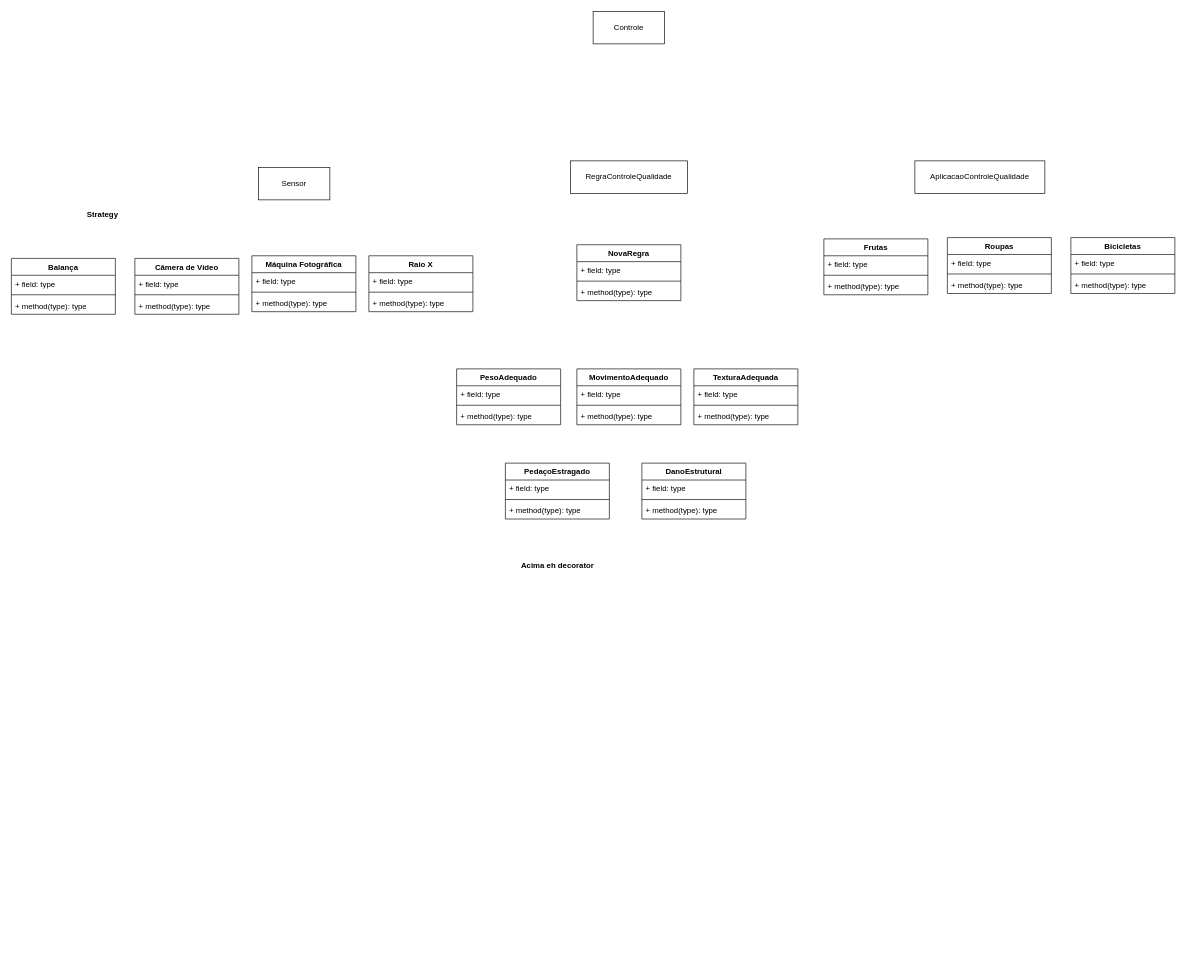
This is frameworkPOO.drawio from SamanthaMiyahira/POO_coursera, a draw.io file, before an edit. Source tidied: cells renumbered, new cells numbered last; positions are measured from the earlier drawing's top-left corner, leaving out a move shared by most shapes. Both pictures are drawn from the tidied source at 65%, with x=0, y=0 at pixel (11, 11).
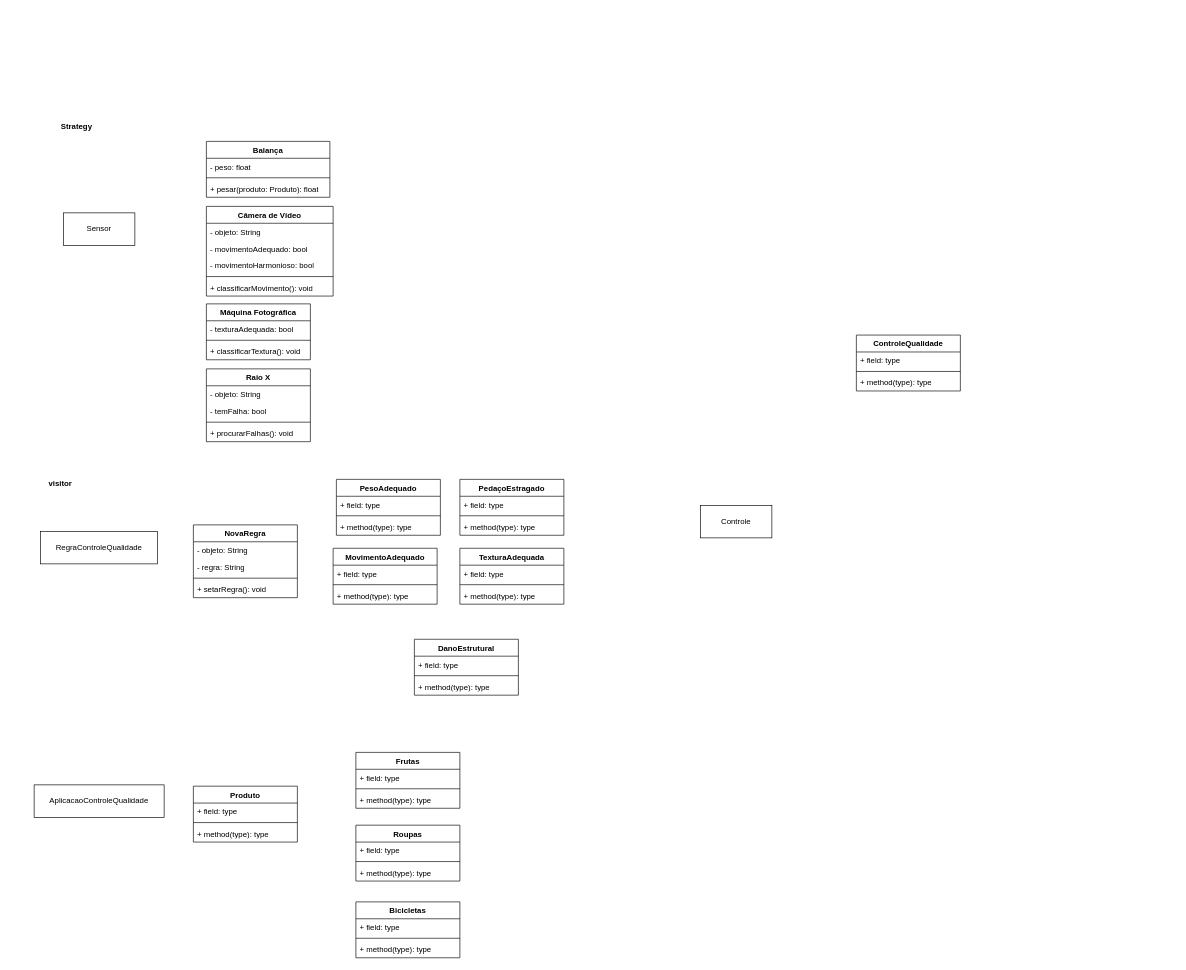
Above is the later version.

The edit, as a diff of the source:
```diff
@@
     <mxCell id="2" value="Sensor" style="html=1;whiteSpace=wrap;" parent="1" vertex="1">
-      <mxGeometry x="380" y="240" width="110" height="50" as="geometry" />
+      <mxGeometry x="80" y="310" width="110" height="50" as="geometry" />
     </mxCell>
     <mxCell id="3" value="RegraControleQualidade" style="html=1;whiteSpace=wrap;" parent="1" vertex="1">
-      <mxGeometry x="860" y="230" width="180" height="50" as="geometry" />
+      <mxGeometry x="45" y="800" width="180" height="50" as="geometry" />
     </mxCell>
     <mxCell id="4" value="AplicacaoControleQualidade" style="html=1;whiteSpace=wrap;" parent="1" vertex="1">
-      <mxGeometry x="1390" y="230" width="200" height="50" as="geometry" />
+      <mxGeometry x="35" y="1190" width="200" height="50" as="geometry" />
     </mxCell>
     <mxCell id="5" value="Balança" style="swimlane;fontStyle=1;align=center;verticalAlign=top;horizontal=1;startSize=26;whiteSpace=wrap;html=1;" parent="1" vertex="1">
-      <mxGeometry y="380" width="160" height="86" as="geometry" />
+      <mxGeometry x="300" y="200" width="190" height="86" as="geometry" />
     </mxCell>
-    <mxCell id="6" value="+ field: type" style="text;strokeColor=none;fillColor=none;align=left;verticalAlign=top;spacingLeft=4;spacingRight=4;overflow=hidden;whiteSpace=wrap;html=1;" parent="5" vertex="1">
-      <mxGeometry y="26" width="160" height="26" as="geometry" />
+    <mxCell id="6" value="- peso: float" style="text;strokeColor=none;fillColor=none;align=left;verticalAlign=top;spacingLeft=4;spacingRight=4;overflow=hidden;whiteSpace=wrap;html=1;" parent="5" vertex="1">
+      <mxGeometry y="26" width="190" height="26" as="geometry" />
     </mxCell>
     <mxCell id="7" style="line;strokeWidth=1;fillColor=none;align=left;verticalAlign=middle;spacingTop=-1;spacingLeft=3;spacingRight=3;labelPosition=right;strokeColor=inherit;" parent="5" vertex="1">
-      <mxGeometry y="52" width="160" height="8" as="geometry" />
+      <mxGeometry y="52" width="190" height="8" as="geometry" />
     </mxCell>
-    <mxCell id="8" value="+ method(type): type" style="text;strokeColor=none;fillColor=none;align=left;verticalAlign=top;spacingLeft=4;spacingRight=4;overflow=hidden;whiteSpace=wrap;html=1;" parent="5" vertex="1">
-      <mxGeometry y="60" width="160" height="26" as="geometry" />
+    <mxCell id="8" value="+ pesar(produto: Produto): float" style="text;strokeColor=none;fillColor=none;align=left;verticalAlign=top;spacingLeft=4;spacingRight=4;overflow=hidden;whiteSpace=wrap;html=1;" parent="5" vertex="1">
+      <mxGeometry y="60" width="190" height="26" as="geometry" />
     </mxCell>
     <mxCell id="9" value="Câmera de Vídeo" style="swimlane;fontStyle=1;align=center;verticalAlign=top;horizontal=1;startSize=26;whiteSpace=wrap;html=1;" parent="1" vertex="1">
-      <mxGeometry x="190" y="380" width="160" height="86" as="geometry" />
+      <mxGeometry x="300" y="300" width="195" height="138" as="geometry" />
     </mxCell>
-    <mxCell id="10" value="+ field: type" style="text;strokeColor=none;fillColor=none;align=left;verticalAlign=top;spacingLeft=4;spacingRight=4;overflow=hidden;whiteSpace=wrap;html=1;" parent="9" vertex="1">
-      <mxGeometry y="26" width="160" height="26" as="geometry" />
+    <mxCell id="10" value="- objeto: String" style="text;strokeColor=none;fillColor=none;align=left;verticalAlign=top;spacingLeft=4;spacingRight=4;overflow=hidden;whiteSpace=wrap;html=1;" parent="9" vertex="1">
+      <mxGeometry y="26" width="195" height="26" as="geometry" />
     </mxCell>
+    <mxCell id="60" value="- movimentoAdequado: bool" style="text;strokeColor=none;fillColor=none;align=left;verticalAlign=top;spacingLeft=4;spacingRight=4;overflow=hidden;whiteSpace=wrap;html=1;" parent="9" vertex="1">
+      <mxGeometry y="52" width="195" height="26" as="geometry" />
+    </mxCell>
+    <mxCell id="61" value="- movimentoHarmonioso: bool" style="text;strokeColor=none;fillColor=none;align=left;verticalAlign=top;spacingLeft=4;spacingRight=4;overflow=hidden;whiteSpace=wrap;html=1;" parent="9" vertex="1">
+      <mxGeometry y="78" width="195" height="26" as="geometry" />
+    </mxCell>
     <mxCell id="11" style="line;strokeWidth=1;fillColor=none;align=left;verticalAlign=middle;spacingTop=-1;spacingLeft=3;spacingRight=3;labelPosition=right;strokeColor=inherit;" parent="9" vertex="1">
-      <mxGeometry y="52" width="160" height="8" as="geometry" />
+      <mxGeometry y="104" width="195" height="8" as="geometry" />
     </mxCell>
-    <mxCell id="12" value="+ method(type): type" style="text;strokeColor=none;fillColor=none;align=left;verticalAlign=top;spacingLeft=4;spacingRight=4;overflow=hidden;whiteSpace=wrap;html=1;" parent="9" vertex="1">
-      <mxGeometry y="60" width="160" height="26" as="geometry" />
+    <mxCell id="12" value="+ classificarMovimento(): void" style="text;strokeColor=none;fillColor=none;align=left;verticalAlign=top;spacingLeft=4;spacingRight=4;overflow=hidden;whiteSpace=wrap;html=1;" parent="9" vertex="1">
+      <mxGeometry y="112" width="195" height="26" as="geometry" />
     </mxCell>
     <mxCell id="13" value="Máquina Fotográfica" style="swimlane;fontStyle=1;align=center;verticalAlign=top;horizontal=1;startSize=26;whiteSpace=wrap;html=1;" parent="1" vertex="1">
-      <mxGeometry x="370" y="376" width="160" height="86" as="geometry" />
+      <mxGeometry x="300" y="450" width="160" height="86" as="geometry" />
     </mxCell>
-    <mxCell id="14" value="+ field: type" style="text;strokeColor=none;fillColor=none;align=left;verticalAlign=top;spacingLeft=4;spacingRight=4;overflow=hidden;whiteSpace=wrap;html=1;" parent="13" vertex="1">
+    <mxCell id="14" value="- texturaAdequada: bool" style="text;strokeColor=none;fillColor=none;align=left;verticalAlign=top;spacingLeft=4;spacingRight=4;overflow=hidden;whiteSpace=wrap;html=1;" parent="13" vertex="1">
       <mxGeometry y="26" width="160" height="26" as="geometry" />
     </mxCell>
@@
-    <mxCell id="16" value="+ method(type): type" style="text;strokeColor=none;fillColor=none;align=left;verticalAlign=top;spacingLeft=4;spacingRight=4;overflow=hidden;whiteSpace=wrap;html=1;" parent="13" vertex="1">
+    <mxCell id="16" value="+ classificarTextura(): void" style="text;strokeColor=none;fillColor=none;align=left;verticalAlign=top;spacingLeft=4;spacingRight=4;overflow=hidden;whiteSpace=wrap;html=1;" parent="13" vertex="1">
       <mxGeometry y="60" width="160" height="26" as="geometry" />
     </mxCell>
     <mxCell id="17" value="Raio X" style="swimlane;fontStyle=1;align=center;verticalAlign=top;horizontal=1;startSize=26;whiteSpace=wrap;html=1;" parent="1" vertex="1">
-      <mxGeometry x="550" y="376" width="160" height="86" as="geometry" />
+      <mxGeometry x="300" y="550" width="160" height="112" as="geometry" />
     </mxCell>
-    <mxCell id="18" value="+ field: type" style="text;strokeColor=none;fillColor=none;align=left;verticalAlign=top;spacingLeft=4;spacingRight=4;overflow=hidden;whiteSpace=wrap;html=1;" parent="17" vertex="1">
+    <mxCell id="18" value="- objeto: String" style="text;strokeColor=none;fillColor=none;align=left;verticalAlign=top;spacingLeft=4;spacingRight=4;overflow=hidden;whiteSpace=wrap;html=1;" parent="17" vertex="1">
       <mxGeometry y="26" width="160" height="26" as="geometry" />
     </mxCell>
+    <mxCell id="62" value="- temFalha: bool" style="text;strokeColor=none;fillColor=none;align=left;verticalAlign=top;spacingLeft=4;spacingRight=4;overflow=hidden;whiteSpace=wrap;html=1;" parent="17" vertex="1">
+      <mxGeometry y="52" width="160" height="26" as="geometry" />
+    </mxCell>
     <mxCell id="19" style="line;strokeWidth=1;fillColor=none;align=left;verticalAlign=middle;spacingTop=-1;spacingLeft=3;spacingRight=3;labelPosition=right;strokeColor=inherit;" parent="17" vertex="1">
-      <mxGeometry y="52" width="160" height="8" as="geometry" />
+      <mxGeometry y="78" width="160" height="8" as="geometry" />
     </mxCell>
-    <mxCell id="20" value="+ method(type): type" style="text;strokeColor=none;fillColor=none;align=left;verticalAlign=top;spacingLeft=4;spacingRight=4;overflow=hidden;whiteSpace=wrap;html=1;" parent="17" vertex="1">
-      <mxGeometry y="60" width="160" height="26" as="geometry" />
+    <mxCell id="20" value="+ procurarFalhas(): void" style="text;strokeColor=none;fillColor=none;align=left;verticalAlign=top;spacingLeft=4;spacingRight=4;overflow=hidden;whiteSpace=wrap;html=1;" parent="17" vertex="1">
+      <mxGeometry y="86" width="160" height="26" as="geometry" />
     </mxCell>
     <mxCell id="21" value="Frutas" style="swimlane;fontStyle=1;align=center;verticalAlign=top;horizontal=1;startSize=26;whiteSpace=wrap;html=1;" parent="1" vertex="1">
-      <mxGeometry x="1250" y="350" width="160" height="86" as="geometry" />
+      <mxGeometry x="530" y="1140" width="160" height="86" as="geometry" />
     </mxCell>
@@
     <mxCell id="25" value="Roupas" style="swimlane;fontStyle=1;align=center;verticalAlign=top;horizontal=1;startSize=26;whiteSpace=wrap;html=1;" parent="1" vertex="1">
-      <mxGeometry x="1440" y="348" width="160" height="86" as="geometry" />
+      <mxGeometry x="530" y="1252" width="160" height="86" as="geometry" />
     </mxCell>
@@
     <mxCell id="29" value="Bicicletas" style="swimlane;fontStyle=1;align=center;verticalAlign=top;horizontal=1;startSize=26;whiteSpace=wrap;html=1;" parent="1" vertex="1">
-      <mxGeometry x="1630" y="348" width="160" height="86" as="geometry" />
+      <mxGeometry x="530" y="1370" width="160" height="86" as="geometry" />
     </mxCell>
@@
     <mxCell id="33" value="Controle" style="html=1;whiteSpace=wrap;" parent="1" vertex="1">
-      <mxGeometry x="895" width="110" height="50" as="geometry" />
+      <mxGeometry x="1060" y="760" width="110" height="50" as="geometry" />
     </mxCell>
     <mxCell id="34" value="PesoAdequado" style="swimlane;fontStyle=1;align=center;verticalAlign=top;horizontal=1;startSize=26;whiteSpace=wrap;html=1;" parent="1" vertex="1">
-      <mxGeometry x="685" y="550" width="160" height="86" as="geometry" />
+      <mxGeometry x="500" y="720" width="160" height="86" as="geometry" />
     </mxCell>
@@
     <mxCell id="38" value="NovaRegra" style="swimlane;fontStyle=1;align=center;verticalAlign=top;horizontal=1;startSize=26;whiteSpace=wrap;html=1;" parent="1" vertex="1">
-      <mxGeometry x="870" y="359" width="160" height="86" as="geometry" />
+      <mxGeometry x="280" y="790" width="160" height="112" as="geometry" />
     </mxCell>
-    <mxCell id="39" value="+ field: type" style="text;strokeColor=none;fillColor=none;align=left;verticalAlign=top;spacingLeft=4;spacingRight=4;overflow=hidden;whiteSpace=wrap;html=1;" parent="38" vertex="1">
+    <mxCell id="39" value="- objeto: String" style="text;strokeColor=none;fillColor=none;align=left;verticalAlign=top;spacingLeft=4;spacingRight=4;overflow=hidden;whiteSpace=wrap;html=1;" parent="38" vertex="1">
       <mxGeometry y="26" width="160" height="26" as="geometry" />
     </mxCell>
+    <mxCell id="63" value="- regra: String" style="text;strokeColor=none;fillColor=none;align=left;verticalAlign=top;spacingLeft=4;spacingRight=4;overflow=hidden;whiteSpace=wrap;html=1;" parent="38" vertex="1">
+      <mxGeometry y="52" width="160" height="26" as="geometry" />
+    </mxCell>
     <mxCell id="40" style="line;strokeWidth=1;fillColor=none;align=left;verticalAlign=middle;spacingTop=-1;spacingLeft=3;spacingRight=3;labelPosition=right;strokeColor=inherit;" parent="38" vertex="1">
-      <mxGeometry y="52" width="160" height="8" as="geometry" />
+      <mxGeometry y="78" width="160" height="8" as="geometry" />
     </mxCell>
-    <mxCell id="41" value="+ method(type): type" style="text;strokeColor=none;fillColor=none;align=left;verticalAlign=top;spacingLeft=4;spacingRight=4;overflow=hidden;whiteSpace=wrap;html=1;" parent="38" vertex="1">
-      <mxGeometry y="60" width="160" height="26" as="geometry" />
+    <mxCell id="41" value="+ setarRegra(): void" style="text;strokeColor=none;fillColor=none;align=left;verticalAlign=top;spacingLeft=4;spacingRight=4;overflow=hidden;whiteSpace=wrap;html=1;" parent="38" vertex="1">
+      <mxGeometry y="86" width="160" height="26" as="geometry" />
     </mxCell>
     <mxCell id="42" value="MovimentoAdequado" style="swimlane;fontStyle=1;align=center;verticalAlign=top;horizontal=1;startSize=26;whiteSpace=wrap;html=1;" parent="1" vertex="1">
-      <mxGeometry x="870" y="550" width="160" height="86" as="geometry" />
+      <mxGeometry x="495" y="826" width="160" height="86" as="geometry" />
     </mxCell>
@@
     <mxCell id="46" value="TexturaAdequada" style="swimlane;fontStyle=1;align=center;verticalAlign=top;horizontal=1;startSize=26;whiteSpace=wrap;html=1;" parent="1" vertex="1">
-      <mxGeometry x="1050" y="550" width="160" height="86" as="geometry" />
+      <mxGeometry x="690" y="826" width="160" height="86" as="geometry" />
     </mxCell>
@@
     <mxCell id="50" value="PedaçoEstragado" style="swimlane;fontStyle=1;align=center;verticalAlign=top;horizontal=1;startSize=26;whiteSpace=wrap;html=1;" parent="1" vertex="1">
-      <mxGeometry x="760" y="695" width="160" height="86" as="geometry" />
+      <mxGeometry x="690" y="720" width="160" height="86" as="geometry" />
     </mxCell>
@@
     <mxCell id="54" value="DanoEstrutural" style="swimlane;fontStyle=1;align=center;verticalAlign=top;horizontal=1;startSize=26;whiteSpace=wrap;html=1;" parent="1" vertex="1">
-      <mxGeometry x="970" y="695" width="160" height="86" as="geometry" />
+      <mxGeometry x="620" y="966" width="160" height="86" as="geometry" />
     </mxCell>
@@
-    <mxCell id="58" value="Acima eh decorator" style="text;align=center;fontStyle=1;verticalAlign=middle;spacingLeft=3;spacingRight=3;strokeColor=none;html=1;" parent="1" vertex="1">
-      <mxGeometry x="800" y="840" width="80" height="26" as="geometry" />
+    <mxCell id="58" value="visitor" style="text;align=center;fontStyle=1;verticalAlign=middle;spacingLeft=3;spacingRight=3;strokeColor=none;html=1;" parent="1" vertex="1">
+      <mxGeometry x="35" y="714" width="80" height="26" as="geometry" />
     </mxCell>
     <mxCell id="59" value="Strategy" style="text;align=center;fontStyle=1;verticalAlign=middle;spacingLeft=3;spacingRight=3;strokeColor=none;html=1;" parent="1" vertex="1">
-      <mxGeometry x="100" y="300" width="80" height="26" as="geometry" />
+      <mxGeometry x="60" y="164" width="80" height="26" as="geometry" />
     </mxCell>
+    <mxCell id="64" value="Produto" style="swimlane;fontStyle=1;align=center;verticalAlign=top;horizontal=1;startSize=26;whiteSpace=wrap;html=1;" parent="1" vertex="1">
+      <mxGeometry x="280" y="1192" width="160" height="86" as="geometry" />
+    </mxCell>
+    <mxCell id="65" value="+ field: type" style="text;strokeColor=none;fillColor=none;align=left;verticalAlign=top;spacingLeft=4;spacingRight=4;overflow=hidden;whiteSpace=wrap;html=1;" parent="64" vertex="1">
+      <mxGeometry y="26" width="160" height="26" as="geometry" />
+    </mxCell>
+    <mxCell id="66" style="line;strokeWidth=1;fillColor=none;align=left;verticalAlign=middle;spacingTop=-1;spacingLeft=3;spacingRight=3;labelPosition=right;strokeColor=inherit;" parent="64" vertex="1">
+      <mxGeometry y="52" width="160" height="8" as="geometry" />
+    </mxCell>
+    <mxCell id="67" value="+ method(type): type" style="text;strokeColor=none;fillColor=none;align=left;verticalAlign=top;spacingLeft=4;spacingRight=4;overflow=hidden;whiteSpace=wrap;html=1;" parent="64" vertex="1">
+      <mxGeometry y="60" width="160" height="26" as="geometry" />
+    </mxCell>
+    <mxCell id="68" value="ControleQualidade" style="swimlane;fontStyle=1;align=center;verticalAlign=top;horizontal=1;startSize=26;whiteSpace=wrap;html=1;" parent="1" vertex="1">
+      <mxGeometry x="1300" y="498" width="160" height="86" as="geometry" />
+    </mxCell>
+    <mxCell id="69" value="+ field: type" style="text;strokeColor=none;fillColor=none;align=left;verticalAlign=top;spacingLeft=4;spacingRight=4;overflow=hidden;whiteSpace=wrap;html=1;" parent="68" vertex="1">
+      <mxGeometry y="26" width="160" height="26" as="geometry" />
+    </mxCell>
+    <mxCell id="70" style="line;strokeWidth=1;fillColor=none;align=left;verticalAlign=middle;spacingTop=-1;spacingLeft=3;spacingRight=3;labelPosition=right;strokeColor=inherit;" parent="68" vertex="1">
+      <mxGeometry y="52" width="160" height="8" as="geometry" />
+    </mxCell>
+    <mxCell id="71" value="+ method(type): type" style="text;strokeColor=none;fillColor=none;align=left;verticalAlign=top;spacingLeft=4;spacingRight=4;overflow=hidden;whiteSpace=wrap;html=1;" parent="68" vertex="1">
+      <mxGeometry y="60" width="160" height="26" as="geometry" />
+    </mxCell>
```
